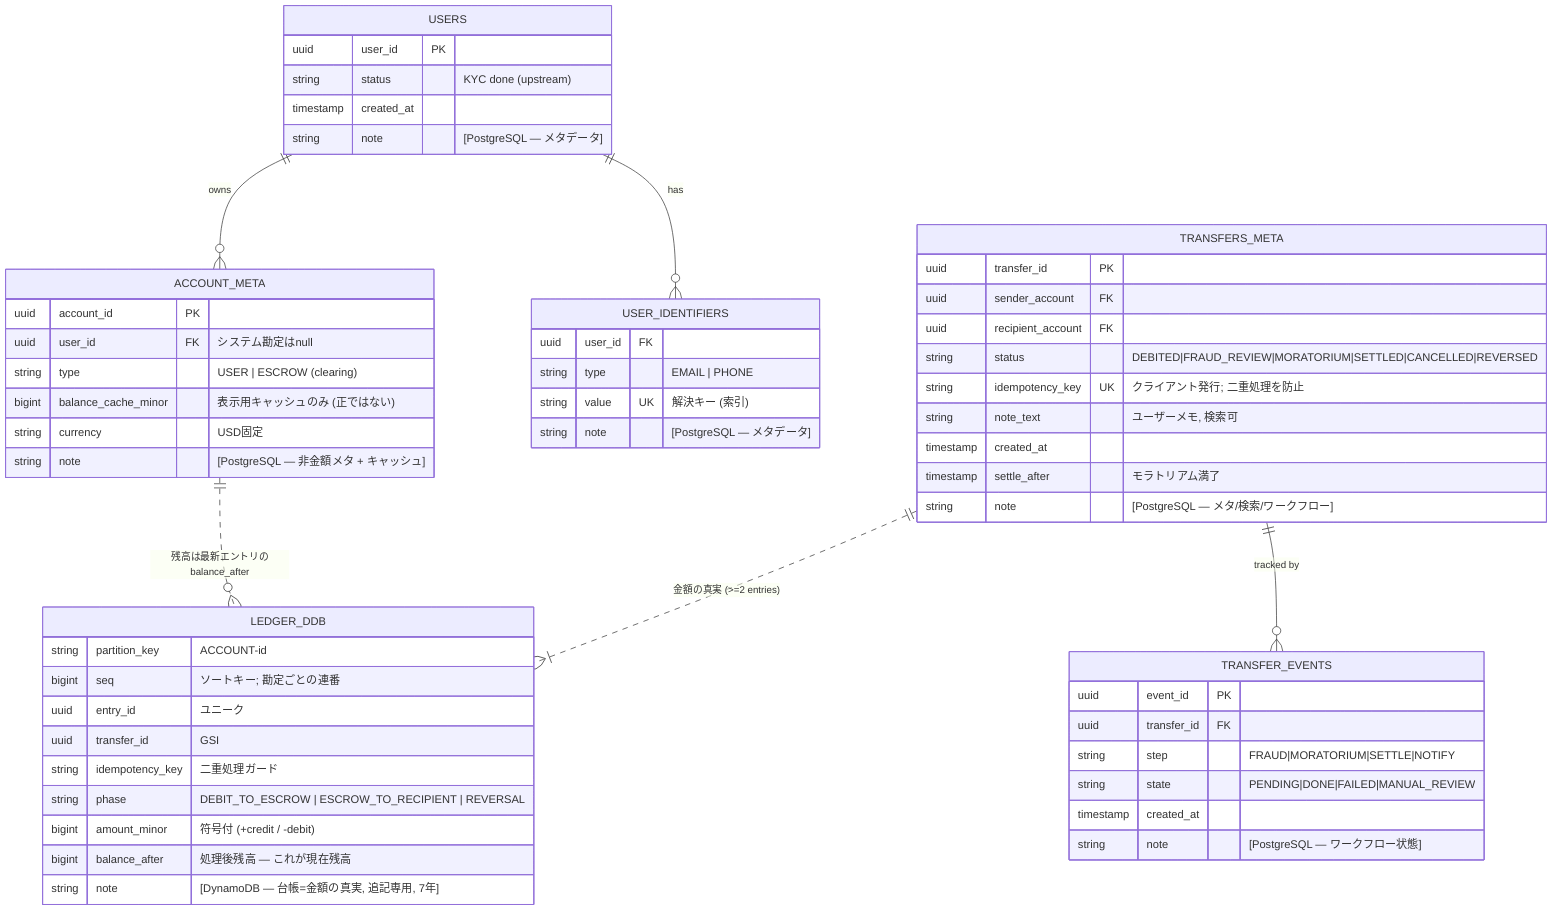
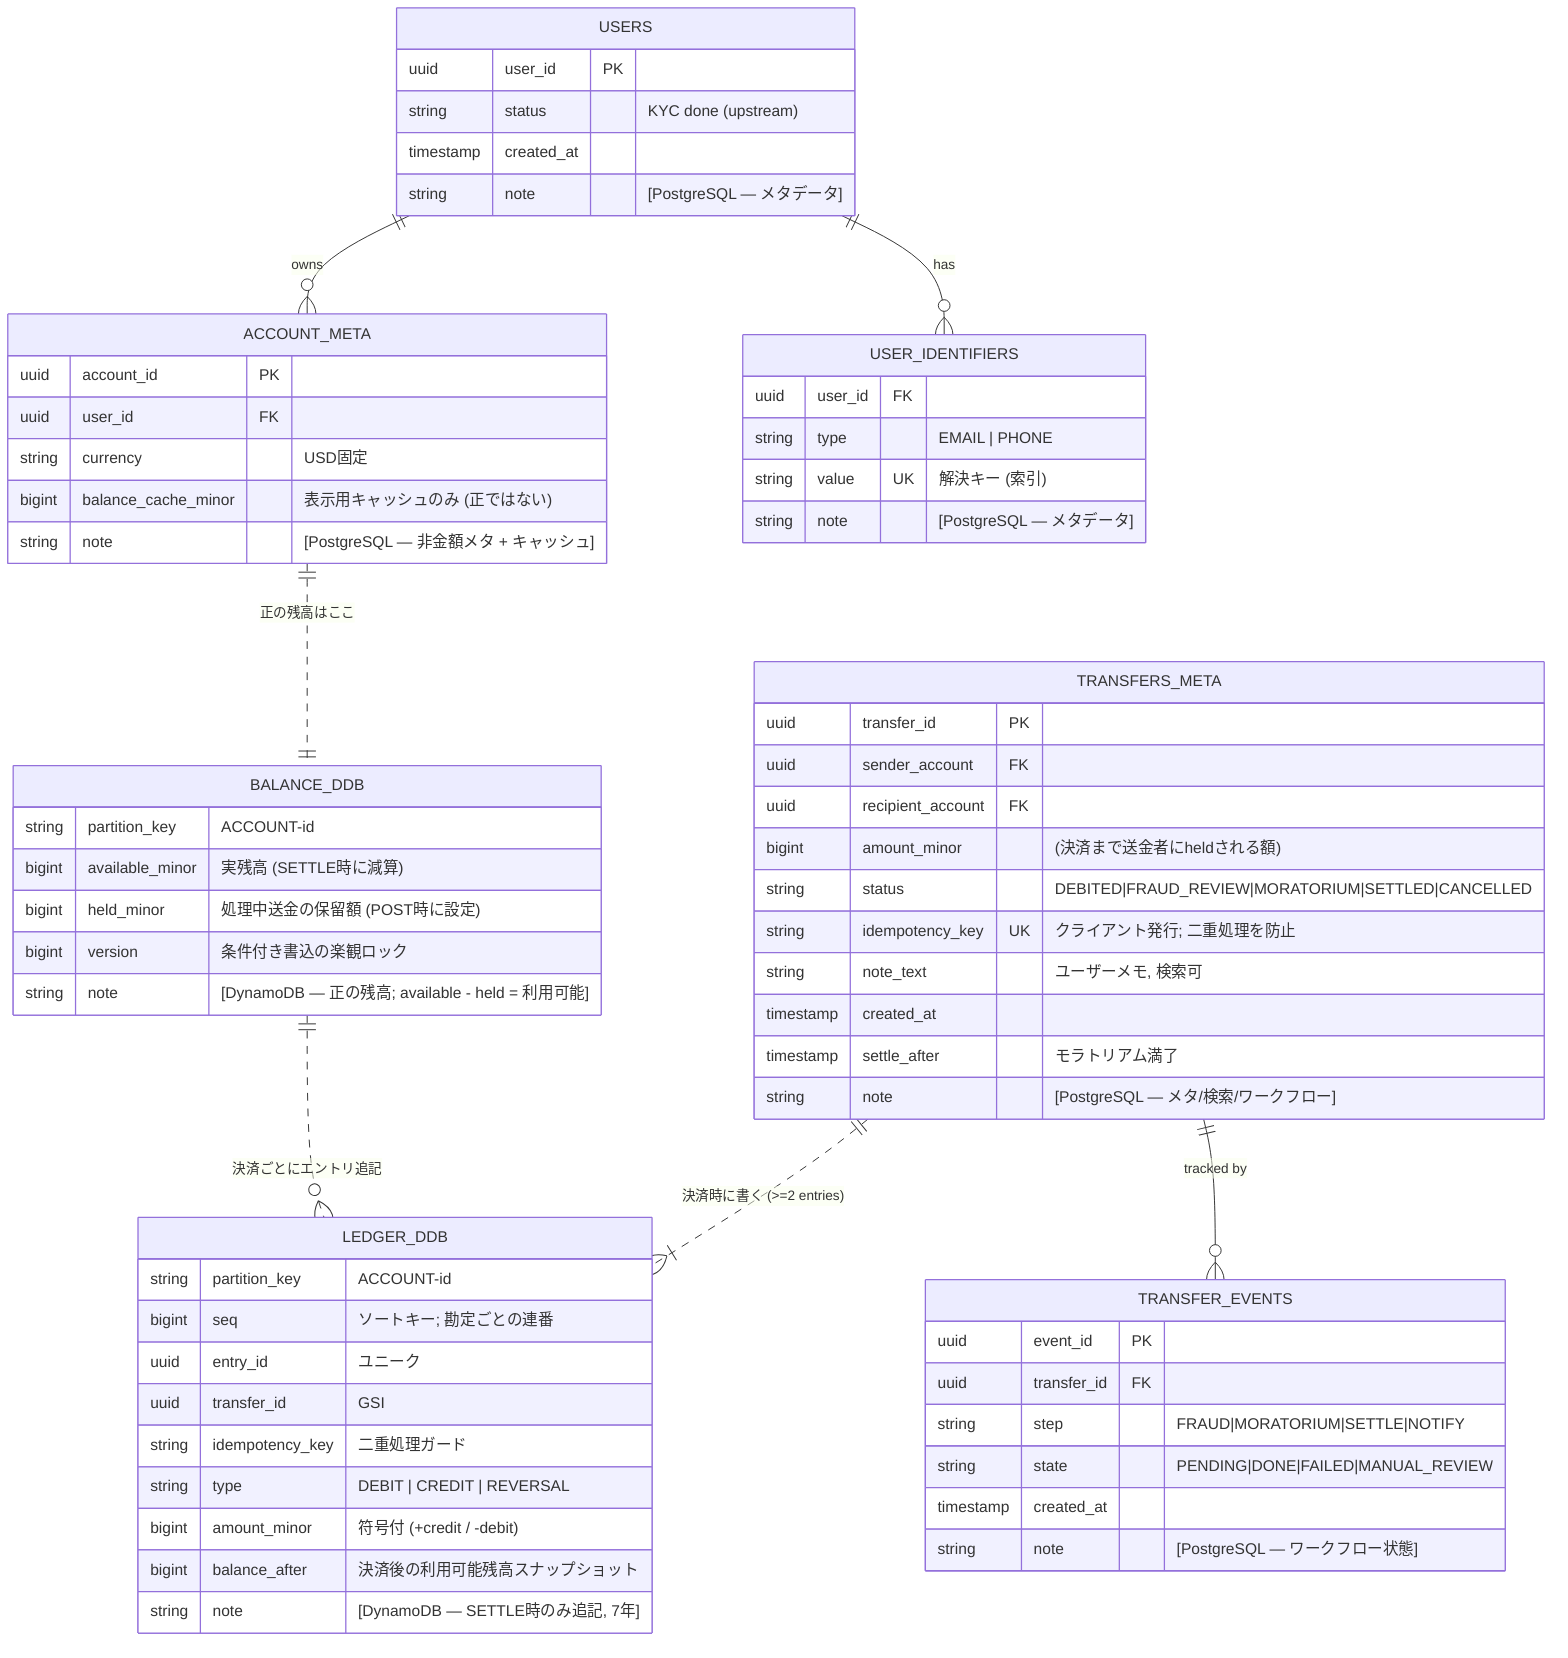
erDiagram
    USERS ||--o{ ACCOUNT_META : "owns"
    USERS ||--o{ USER_IDENTIFIERS : "has"
-     ACCOUNT_META ||..o{ LEDGER_DDB : "残高は最新エントリのbalance_after"
+     ACCOUNT_META ||..|| BALANCE_DDB : "正の残高はここ"
+     BALANCE_DDB ||..o{ LEDGER_DDB : "決済ごとにエントリ追記"
    TRANSFERS_META ||--o{ TRANSFER_EVENTS : "tracked by"
-     TRANSFERS_META ||..|{ LEDGER_DDB : "金額の真実 (>=2 entries)"
+     TRANSFERS_META ||..|{ LEDGER_DDB : "決済時に書く (>=2 entries)"

    USERS {
        uuid user_id PK
        string status "KYC done (upstream)"
        timestamp created_at
        string note "[PostgreSQL — メタデータ]"
    }

    USER_IDENTIFIERS {
        uuid user_id FK
        string type "EMAIL | PHONE"
        string value UK "解決キー (索引)"
        string note "[PostgreSQL — メタデータ]"
    }

    ACCOUNT_META {
        uuid account_id PK
-         uuid user_id FK "システム勘定はnull"
-         string type "USER | ESCROW (clearing)"
+         uuid user_id FK
+         string currency "USD固定"
        bigint balance_cache_minor "表示用キャッシュのみ (正ではない)"
-         string currency "USD固定"
        string note "[PostgreSQL — 非金額メタ + キャッシュ]"
    }

    TRANSFERS_META {
        uuid transfer_id PK
        uuid sender_account FK
        uuid recipient_account FK
-         string status "DEBITED|FRAUD_REVIEW|MORATORIUM|SETTLED|CANCELLED|REVERSED"
+         bigint amount_minor "(決済まで送金者にheldされる額)"
+         string status "DEBITED|FRAUD_REVIEW|MORATORIUM|SETTLED|CANCELLED"
        string idempotency_key UK "クライアント発行; 二重処理を防止"
        string note_text "ユーザーメモ, 検索可"
        timestamp created_at
        timestamp settle_after "モラトリアム満了"
        string note "[PostgreSQL — メタ/検索/ワークフロー]"
    }

    TRANSFER_EVENTS {
        uuid event_id PK
        uuid transfer_id FK
        string step "FRAUD|MORATORIUM|SETTLE|NOTIFY"
        string state "PENDING|DONE|FAILED|MANUAL_REVIEW"
        timestamp created_at
        string note "[PostgreSQL — ワークフロー状態]"
    }

+     BALANCE_DDB {
+         string partition_key "ACCOUNT-id"
+         bigint available_minor "実残高 (SETTLE時に減算)"
+         bigint held_minor "処理中送金の保留額 (POST時に設定)"
+         bigint version "条件付き書込の楽観ロック"
+         string note "[DynamoDB — 正の残高; available - held = 利用可能]"
+     }
+ 
    LEDGER_DDB {
        string partition_key "ACCOUNT-id"
        bigint seq "ソートキー; 勘定ごとの連番"
        uuid entry_id "ユニーク"
        uuid transfer_id "GSI"
        string idempotency_key "二重処理ガード"
-         string phase "DEBIT_TO_ESCROW | ESCROW_TO_RECIPIENT | REVERSAL"
+         string type "DEBIT | CREDIT | REVERSAL"
        bigint amount_minor "符号付 (+credit / -debit)"
-         bigint balance_after "処理後残高 — これが現在残高"
-         string note "[DynamoDB — 台帳=金額の真実, 追記専用, 7年]"
+         bigint balance_after "決済後の利用可能残高スナップショット"
+         string note "[DynamoDB — SETTLE時のみ追記, 7年]"
    }
